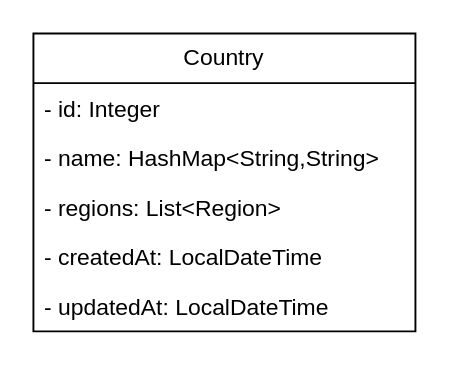
MasjidVaqtlari/docs keeps this draw.io diagram as page "Misc" (3 of 3) of raw/uml/Schemas.drawio. Above is the earlier version. Source tidied: cells renumbered, new cells numbered last; positions are measured from the earlier drawing's top-left corner, leaving out a move shared by most shapes. Both pictures are drawn from the tidied source at 191%, with x=0, y=0 at pixel (32, 32).
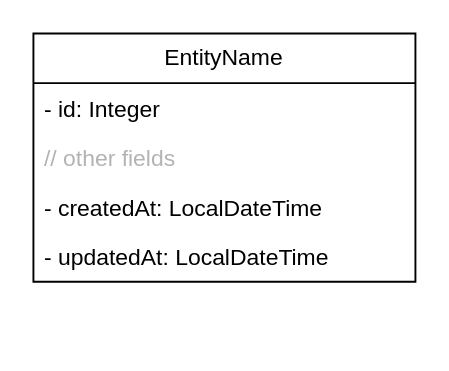
After the change.

What changed in the source:
```diff
@@
 <mxGraphModel>
   <root>
     <mxCell id="0" />
     <mxCell id="1" parent="0" />
-    <mxCell id="2" value="Country" style="swimlane;fontStyle=0;horizontal=1;startSize=26;fillColor=none;whiteSpace=wrap;html=1;" parent="1" vertex="1">
-      <mxGeometry width="200" height="156" as="geometry" />
-    </mxCell>
+    <mxCell id="8" value="EntityName" style="swimlane;fontStyle=0;horizontal=1;startSize=26;fillColor=none;whiteSpace=wrap;html=1;" parent="1" vertex="1">
+      <mxGeometry width="200" height="130" as="geometry" />
+    </mxCell>
-    <mxCell id="3" value="- id: Integer" style="text;strokeColor=none;fillColor=none;align=left;verticalAlign=top;spacingLeft=4;spacingRight=4;overflow=hidden;whiteSpace=wrap;html=1;" parent="2" vertex="1">
+    <mxCell id="3" value="- id: Integer" style="text;strokeColor=none;fillColor=none;align=left;verticalAlign=top;spacingLeft=4;spacingRight=4;overflow=hidden;whiteSpace=wrap;html=1;" parent="8" vertex="1">
       <mxGeometry y="26" width="200" height="26" as="geometry" />
     </mxCell>
-    <mxCell id="4" value="- name: HashMap&amp;lt;String,String&amp;gt;" style="text;strokeColor=none;fillColor=none;align=left;verticalAlign=top;spacingLeft=4;spacingRight=4;overflow=hidden;whiteSpace=wrap;html=1;" parent="2" vertex="1">
-      <mxGeometry y="52" width="200" height="26" as="geometry" />
-    </mxCell>
-    <mxCell id="5" value="- regions: List&amp;lt;Region&amp;gt;" style="text;strokeColor=none;fillColor=none;align=left;verticalAlign=top;spacingLeft=4;spacingRight=4;overflow=hidden;whiteSpace=wrap;html=1;" parent="2" vertex="1">
-      <mxGeometry y="78" width="200" height="26" as="geometry" />
-    </mxCell>
+    <mxCell id="9" value="&lt;font color=&quot;#b3b3b3&quot;&gt;// other fields&lt;/font&gt;" style="text;strokeColor=none;fillColor=none;align=left;verticalAlign=top;spacingLeft=4;spacingRight=4;overflow=hidden;whiteSpace=wrap;html=1;" parent="8" vertex="1">
+      <mxGeometry y="52" width="200" height="26" as="geometry" />
+    </mxCell>
-    <mxCell id="6" value="- createdAt: LocalDateTime" style="text;strokeColor=none;fillColor=none;align=left;verticalAlign=top;spacingLeft=4;spacingRight=4;overflow=hidden;whiteSpace=wrap;html=1;" parent="2" vertex="1">
-      <mxGeometry y="104" width="200" height="26" as="geometry" />
+    <mxCell id="6" value="- createdAt: LocalDateTime" style="text;strokeColor=none;fillColor=none;align=left;verticalAlign=top;spacingLeft=4;spacingRight=4;overflow=hidden;whiteSpace=wrap;html=1;" parent="8" vertex="1">
+      <mxGeometry y="78" width="200" height="26" as="geometry" />
     </mxCell>
-    <mxCell id="7" value="- updatedAt: LocalDateTime" style="text;strokeColor=none;fillColor=none;align=left;verticalAlign=top;spacingLeft=4;spacingRight=4;overflow=hidden;whiteSpace=wrap;html=1;" parent="2" vertex="1">
-      <mxGeometry y="130" width="200" height="26" as="geometry" />
+    <mxCell id="7" value="- updatedAt: LocalDateTime" style="text;strokeColor=none;fillColor=none;align=left;verticalAlign=top;spacingLeft=4;spacingRight=4;overflow=hidden;whiteSpace=wrap;html=1;" parent="8" vertex="1">
+      <mxGeometry y="104" width="200" height="26" as="geometry" />
     </mxCell>
   </root>
 </mxGraphModel>
```
